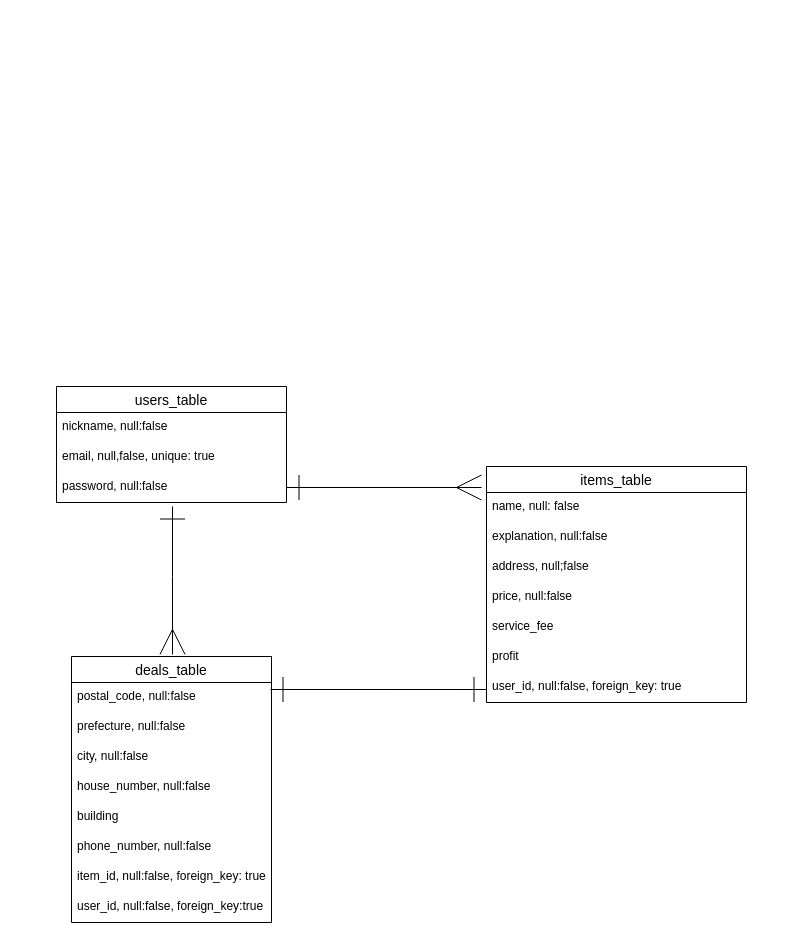
This is database_config.dio from Shinichi-Sonoda/furima-37901, a draw.io file, before an edit. Source tidied: cells renumbered, new cells numbered last; positions are measured from the earlier drawing's top-left corner, leaving out a move shared by most shapes. Both pictures are drawn from the tidied source at 100%, with x=0, y=0 at pixel (56, 386).
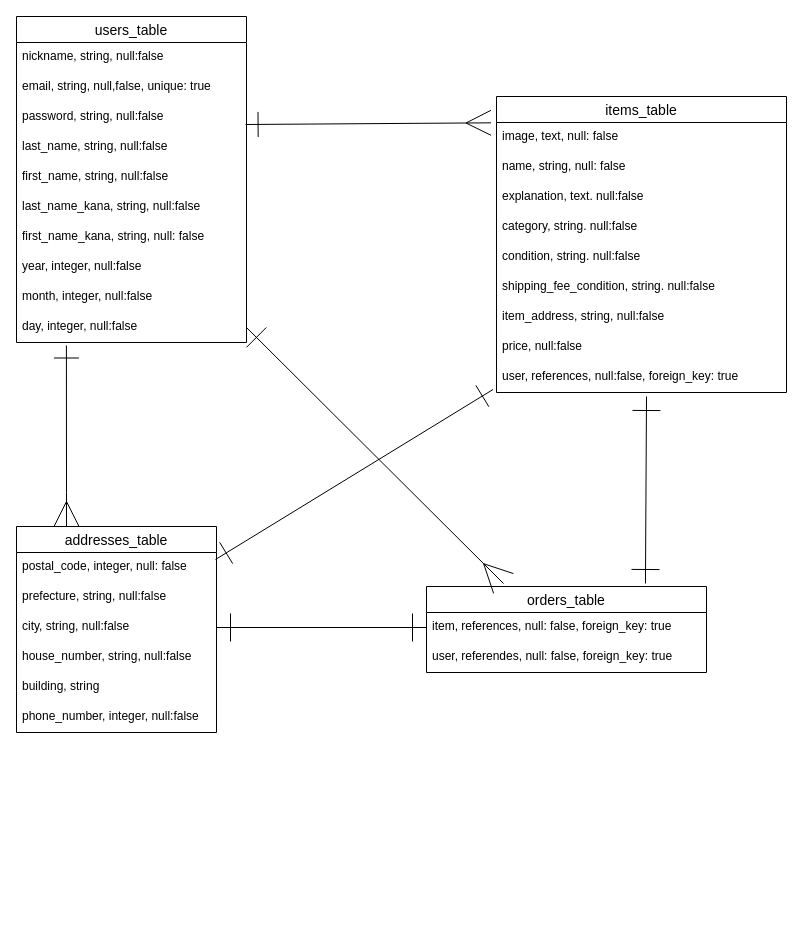
The same page after the edit.

Commit message (it also covers changes not shown here):
データベース設計修正

What changed in the source:
```diff
@@
     <mxCell id="2" value="users_table" style="swimlane;fontStyle=0;horizontal=1;startSize=26;align=center;fontSize=14;labelBackgroundColor=default;" parent="1" vertex="1">
-      <mxGeometry width="230" height="116" as="geometry" />
+      <mxGeometry x="-40" y="-370" width="230" height="326" as="geometry" />
     </mxCell>
-    <mxCell id="3" value="nickname, null:false" style="text;strokeColor=none;fillColor=none;spacingLeft=4;spacingRight=4;overflow=hidden;fontSize=12;" parent="2" vertex="1">
+    <mxCell id="3" value="nickname, string, null:false" style="text;strokeColor=none;fillColor=none;spacingLeft=4;spacingRight=4;overflow=hidden;fontSize=12;" parent="2" vertex="1">
       <mxGeometry y="26" width="230" height="30" as="geometry" />
     </mxCell>
-    <mxCell id="4" value="email, null,false, unique: true" style="text;strokeColor=none;fillColor=none;spacingLeft=4;spacingRight=4;overflow=hidden;fontSize=12;" parent="2" vertex="1">
+    <mxCell id="4" value="email, string, null,false, unique: true" style="text;strokeColor=none;fillColor=none;spacingLeft=4;spacingRight=4;overflow=hidden;fontSize=12;" parent="2" vertex="1">
       <mxGeometry y="56" width="230" height="30" as="geometry" />
     </mxCell>
-    <mxCell id="5" value="password, null:false" style="text;strokeColor=none;fillColor=none;spacingLeft=4;spacingRight=4;overflow=hidden;points=[[0,0.5],[1,0.5]];portConstraint=eastwest;fontSize=12;" parent="2" vertex="1">
+    <mxCell id="5" value="password, string, null:false" style="text;strokeColor=none;fillColor=none;spacingLeft=4;spacingRight=4;overflow=hidden;points=[[0,0.5],[1,0.5]];portConstraint=eastwest;fontSize=12;" parent="2" vertex="1">
       <mxGeometry y="86" width="230" height="30" as="geometry" />
     </mxCell>
+    <mxCell id="26" value="last_name, string, null:false" style="text;strokeColor=none;fillColor=none;spacingLeft=4;spacingRight=4;overflow=hidden;fontSize=12;" parent="2" vertex="1">
+      <mxGeometry y="116" width="230" height="30" as="geometry" />
+    </mxCell>
+    <mxCell id="27" value="first_name, string, null:false" style="text;strokeColor=none;fillColor=none;spacingLeft=4;spacingRight=4;overflow=hidden;fontSize=12;" parent="2" vertex="1">
+      <mxGeometry y="146" width="230" height="30" as="geometry" />
+    </mxCell>
+    <mxCell id="28" value="last_name_kana, string, null:false" style="text;strokeColor=none;fillColor=none;spacingLeft=4;spacingRight=4;overflow=hidden;fontSize=12;" parent="2" vertex="1">
+      <mxGeometry y="176" width="230" height="30" as="geometry" />
+    </mxCell>
+    <mxCell id="29" value="first_name_kana, string, null: false" style="text;strokeColor=none;fillColor=none;spacingLeft=4;spacingRight=4;overflow=hidden;fontSize=12;" parent="2" vertex="1">
+      <mxGeometry y="206" width="230" height="30" as="geometry" />
+    </mxCell>
+    <mxCell id="30" value="year, integer, null:false" style="text;strokeColor=none;fillColor=none;spacingLeft=4;spacingRight=4;overflow=hidden;fontSize=12;" parent="2" vertex="1">
+      <mxGeometry y="236" width="230" height="30" as="geometry" />
+    </mxCell>
+    <mxCell id="31" value="month, integer, null:false" style="text;strokeColor=none;fillColor=none;spacingLeft=4;spacingRight=4;overflow=hidden;fontSize=12;" parent="2" vertex="1">
+      <mxGeometry y="266" width="230" height="30" as="geometry" />
+    </mxCell>
+    <mxCell id="32" value="day, integer, null:false" style="text;strokeColor=none;fillColor=none;spacingLeft=4;spacingRight=4;overflow=hidden;points=[[0,0.5],[1,0.5]];portConstraint=eastwest;fontSize=12;" parent="2" vertex="1">
+      <mxGeometry y="296" width="230" height="30" as="geometry" />
+    </mxCell>
     <mxCell id="6" value="items_table" style="swimlane;fontStyle=0;horizontal=1;startSize=26;align=center;fontSize=14;labelBackgroundColor=default;" parent="1" vertex="1">
-      <mxGeometry x="430" y="80" width="260" height="236" as="geometry" />
+      <mxGeometry x="440" y="-290" width="290" height="296" as="geometry" />
     </mxCell>
+    <mxCell id="33" value="image, text, null: false" style="text;strokeColor=none;fillColor=none;spacingLeft=4;spacingRight=4;overflow=hidden;fontSize=12;labelBackgroundColor=default;" parent="6" vertex="1">
+      <mxGeometry y="26" width="290" height="30" as="geometry" />
+    </mxCell>
-    <mxCell id="7" value="name, null: false" style="text;strokeColor=none;fillColor=none;spacingLeft=4;spacingRight=4;overflow=hidden;fontSize=12;labelBackgroundColor=default;" parent="6" vertex="1">
-      <mxGeometry y="26" width="260" height="30" as="geometry" />
+    <mxCell id="7" value="name, string, null: false" style="text;strokeColor=none;fillColor=none;spacingLeft=4;spacingRight=4;overflow=hidden;fontSize=12;labelBackgroundColor=default;" parent="6" vertex="1">
+      <mxGeometry y="56" width="290" height="30" as="geometry" />
     </mxCell>
-    <mxCell id="8" value="explanation, null:false" style="text;strokeColor=none;fillColor=none;spacingLeft=4;spacingRight=4;overflow=hidden;fontSize=12;labelBackgroundColor=default;" parent="6" vertex="1">
-      <mxGeometry y="56" width="260" height="30" as="geometry" />
+    <mxCell id="8" value="explanation, text. null:false" style="text;strokeColor=none;fillColor=none;spacingLeft=4;spacingRight=4;overflow=hidden;fontSize=12;labelBackgroundColor=default;" parent="6" vertex="1">
+      <mxGeometry y="86" width="290" height="30" as="geometry" />
     </mxCell>
+    <mxCell id="34" value="category, string. null:false" style="text;strokeColor=none;fillColor=none;spacingLeft=4;spacingRight=4;overflow=hidden;fontSize=12;labelBackgroundColor=default;" parent="6" vertex="1">
+      <mxGeometry y="116" width="290" height="30" as="geometry" />
+    </mxCell>
+    <mxCell id="35" value="condition, string. null:false" style="text;strokeColor=none;fillColor=none;spacingLeft=4;spacingRight=4;overflow=hidden;fontSize=12;labelBackgroundColor=default;" parent="6" vertex="1">
+      <mxGeometry y="146" width="290" height="30" as="geometry" />
+    </mxCell>
+    <mxCell id="36" value="shipping_fee_condition, string. null:false" style="text;strokeColor=none;fillColor=none;spacingLeft=4;spacingRight=4;overflow=hidden;fontSize=12;labelBackgroundColor=default;" parent="6" vertex="1">
+      <mxGeometry y="176" width="290" height="30" as="geometry" />
+    </mxCell>
-    <mxCell id="9" value="address, null;false" style="text;strokeColor=none;fillColor=none;spacingLeft=4;spacingRight=4;overflow=hidden;fontSize=12;labelBackgroundColor=default;" parent="6" vertex="1">
-      <mxGeometry y="86" width="260" height="30" as="geometry" />
+    <mxCell id="9" value="item_address, string, null:false" style="text;strokeColor=none;fillColor=none;spacingLeft=4;spacingRight=4;overflow=hidden;fontSize=12;labelBackgroundColor=default;" parent="6" vertex="1">
+      <mxGeometry y="206" width="290" height="30" as="geometry" />
     </mxCell>
     <mxCell id="10" value="price, null:false" style="text;strokeColor=none;fillColor=none;spacingLeft=4;spacingRight=4;overflow=hidden;fontSize=12;labelBackgroundColor=default;" parent="6" vertex="1">
-      <mxGeometry y="116" width="260" height="30" as="geometry" />
+      <mxGeometry y="236" width="290" height="30" as="geometry" />
     </mxCell>
-    <mxCell id="11" value="service_fee" style="text;strokeColor=none;fillColor=none;spacingLeft=4;spacingRight=4;overflow=hidden;fontSize=12;labelBackgroundColor=default;" parent="6" vertex="1">
-      <mxGeometry y="146" width="260" height="30" as="geometry" />
-    </mxCell>
-    <mxCell id="12" value="profit" style="text;strokeColor=none;fillColor=none;spacingLeft=4;spacingRight=4;overflow=hidden;fontSize=12;labelBackgroundColor=default;" parent="6" vertex="1">
-      <mxGeometry y="176" width="260" height="30" as="geometry" />
-    </mxCell>
-    <mxCell id="13" value="user_id, null:false, foreign_key: true" style="text;strokeColor=none;fillColor=none;spacingLeft=4;spacingRight=4;overflow=hidden;points=[[0,0.5],[1,0.5]];portConstraint=eastwest;fontSize=12;labelBackgroundColor=default;" parent="6" vertex="1">
-      <mxGeometry y="206" width="260" height="30" as="geometry" />
+    <mxCell id="13" value="user, references, null:false, foreign_key: true" style="text;strokeColor=none;fillColor=none;spacingLeft=4;spacingRight=4;overflow=hidden;points=[[0,0.5],[1,0.5]];portConstraint=eastwest;fontSize=12;labelBackgroundColor=default;" parent="6" vertex="1">
+      <mxGeometry y="266" width="290" height="30" as="geometry" />
     </mxCell>
-    <mxCell id="14" value="deals_table" style="swimlane;fontStyle=0;horizontal=1;startSize=26;align=center;fontSize=14;" parent="1" vertex="1">
-      <mxGeometry x="15" y="270" width="200" height="266" as="geometry" />
+    <mxCell id="14" value="addresses_table" style="swimlane;fontStyle=0;horizontal=1;startSize=26;align=center;fontSize=14;" parent="1" vertex="1">
+      <mxGeometry x="-40" y="140" width="200" height="206" as="geometry" />
     </mxCell>
-    <mxCell id="15" value="postal_code, null:false" style="text;strokeColor=none;fillColor=none;spacingLeft=4;spacingRight=4;overflow=hidden;points=[[0,0.5],[1,0.5]];portConstraint=eastwest;fontSize=12;" parent="14" vertex="1">
+    <mxCell id="15" value="postal_code, integer, null: false" style="text;strokeColor=none;fillColor=none;spacingLeft=4;spacingRight=4;overflow=hidden;points=[[0,0.5],[1,0.5]];portConstraint=eastwest;fontSize=12;" parent="14" vertex="1">
       <mxGeometry y="26" width="200" height="30" as="geometry" />
     </mxCell>
-    <mxCell id="16" value="prefecture, null:false" style="text;strokeColor=none;fillColor=none;spacingLeft=4;spacingRight=4;overflow=hidden;fontSize=12;" parent="14" vertex="1">
+    <mxCell id="16" value="prefecture, string, null:false" style="text;strokeColor=none;fillColor=none;spacingLeft=4;spacingRight=4;overflow=hidden;fontSize=12;" parent="14" vertex="1">
       <mxGeometry y="56" width="200" height="30" as="geometry" />
     </mxCell>
-    <mxCell id="17" value="city, null:false" style="text;strokeColor=none;fillColor=none;spacingLeft=4;spacingRight=4;overflow=hidden;points=[[0,0.5],[1,0.5]];portConstraint=eastwest;fontSize=12;" parent="14" vertex="1">
+    <mxCell id="17" value="city, string, null:false" style="text;strokeColor=none;fillColor=none;spacingLeft=4;spacingRight=4;overflow=hidden;points=[[0,0.5],[1,0.5]];portConstraint=eastwest;fontSize=12;" parent="14" vertex="1">
       <mxGeometry y="86" width="200" height="30" as="geometry" />
     </mxCell>
-    <mxCell id="18" value="house_number, null:false" style="text;strokeColor=none;fillColor=none;spacingLeft=4;spacingRight=4;overflow=hidden;fontSize=12;" parent="14" vertex="1">
+    <mxCell id="18" value="house_number, string, null:false" style="text;strokeColor=none;fillColor=none;spacingLeft=4;spacingRight=4;overflow=hidden;fontSize=12;" parent="14" vertex="1">
       <mxGeometry y="116" width="200" height="30" as="geometry" />
     </mxCell>
-    <mxCell id="19" value="building" style="text;strokeColor=none;fillColor=none;spacingLeft=4;spacingRight=4;overflow=hidden;fontSize=12;" parent="14" vertex="1">
+    <mxCell id="19" value="building, string" style="text;strokeColor=none;fillColor=none;spacingLeft=4;spacingRight=4;overflow=hidden;fontSize=12;" parent="14" vertex="1">
       <mxGeometry y="146" width="200" height="30" as="geometry" />
     </mxCell>
-    <mxCell id="20" value="phone_number, null:false" style="text;strokeColor=none;fillColor=none;spacingLeft=4;spacingRight=4;overflow=hidden;fontSize=12;" parent="14" vertex="1">
+    <mxCell id="20" value="phone_number, integer, null:false" style="text;strokeColor=none;fillColor=none;spacingLeft=4;spacingRight=4;overflow=hidden;fontSize=12;" parent="14" vertex="1">
       <mxGeometry y="176" width="200" height="30" as="geometry" />
     </mxCell>
-    <mxCell id="21" value="item_id, null:false, foreign_key: true" style="text;strokeColor=none;fillColor=none;spacingLeft=4;spacingRight=4;overflow=hidden;fontSize=12;" parent="14" vertex="1">
-      <mxGeometry y="206" width="200" height="30" as="geometry" />
-    </mxCell>
-    <mxCell id="22" value="user_id, null:false, foreign_key:true" style="text;strokeColor=none;fillColor=none;spacingLeft=4;spacingRight=4;overflow=hidden;fontSize=12;" parent="14" vertex="1">
-      <mxGeometry y="236" width="200" height="30" as="geometry" />
-    </mxCell>
-    <mxCell id="23" style="edgeStyle=none;html=1;exitX=1;exitY=0.5;exitDx=0;exitDy=0;entryX=-0.019;entryY=0.089;entryDx=0;entryDy=0;entryPerimeter=0;fontSize=20;endSize=23;rounded=0;endArrow=ERmany;endFill=0;startArrow=ERone;startFill=0;strokeWidth=1;startSize=23;" parent="1" edge="1" source="5" target="6">
+    <mxCell id="23" style="edgeStyle=none;html=1;entryX=-0.019;entryY=0.089;entryDx=0;entryDy=0;entryPerimeter=0;fontSize=20;endSize=23;rounded=0;endArrow=ERmany;endFill=0;startArrow=ERone;startFill=0;strokeWidth=1;startSize=23;exitX=0.996;exitY=0.733;exitDx=0;exitDy=0;exitPerimeter=0;" parent="1" edge="1" source="5" target="6">
       <mxGeometry relative="1" as="geometry" />
     </mxCell>
-    <mxCell id="24" style="edgeStyle=none;rounded=0;html=1;exitX=0;exitY=0.5;exitDx=0;exitDy=0;fontSize=20;startArrow=ERone;startFill=0;endArrow=ERone;endFill=0;endSize=23;entryX=0.995;entryY=0.233;entryDx=0;entryDy=0;entryPerimeter=0;startSize=23;" parent="1" edge="1" target="15">
-      <mxGeometry relative="1" as="geometry">
-        <mxPoint x="430" y="303" as="sourcePoint" />
-      </mxGeometry>
+    <mxCell id="24" style="edgeStyle=none;rounded=0;html=1;exitX=-0.012;exitY=0.9;exitDx=0;exitDy=0;fontSize=20;startArrow=ERone;startFill=0;endArrow=ERone;endFill=0;endSize=23;entryX=0.995;entryY=0.233;entryDx=0;entryDy=0;entryPerimeter=0;startSize=23;exitPerimeter=0;" parent="1" edge="1" source="13" target="15">
+      <mxGeometry relative="1" as="geometry" />
     </mxCell>
-    <mxCell id="25" style="edgeStyle=none;rounded=0;html=1;entryX=0.09;entryY=-0.008;entryDx=0;entryDy=0;entryPerimeter=0;fontSize=20;startArrow=ERone;startFill=0;endArrow=ERmany;endFill=0;startSize=23;endSize=23;strokeWidth=1;" parent="1" edge="1">
+    <mxCell id="25" style="edgeStyle=none;rounded=0;html=1;entryX=0.25;entryY=0;entryDx=0;entryDy=0;fontSize=20;startArrow=ERone;startFill=0;endArrow=ERmany;endFill=0;startSize=23;endSize=23;strokeWidth=1;exitX=0.217;exitY=1.1;exitDx=0;exitDy=0;exitPerimeter=0;" parent="1" edge="1" source="32" target="14">
       <mxGeometry relative="1" as="geometry">
-        <mxPoint x="116" y="120" as="sourcePoint" />
-        <mxPoint x="116" y="267.9" as="targetPoint" />
         <Array as="points">
-          <mxPoint x="116" y="190" />
+          <mxPoint x="10" y="106" />
         </Array>
       </mxGeometry>
     </mxCell>
+    <mxCell id="37" value="orders_table" style="swimlane;fontStyle=0;horizontal=1;startSize=26;align=center;fontSize=14;" parent="1" vertex="1">
+      <mxGeometry x="370" y="200" width="280" height="86" as="geometry" />
+    </mxCell>
+    <mxCell id="38" value="item, references, null: false, foreign_key: true&#10;" style="text;strokeColor=none;fillColor=none;spacingLeft=4;spacingRight=4;overflow=hidden;points=[[0,0.5],[1,0.5]];portConstraint=eastwest;fontSize=12;" parent="37" vertex="1">
+      <mxGeometry y="26" width="280" height="30" as="geometry" />
+    </mxCell>
+    <mxCell id="39" value="user, referendes, null: false, foreign_key: true" style="text;strokeColor=none;fillColor=none;spacingLeft=4;spacingRight=4;overflow=hidden;fontSize=12;" parent="37" vertex="1">
+      <mxGeometry y="56" width="280" height="30" as="geometry" />
+    </mxCell>
+    <mxCell id="40" style="edgeStyle=none;html=1;exitX=1;exitY=0.5;exitDx=0;exitDy=0;entryX=0.275;entryY=-0.035;entryDx=0;entryDy=0;entryPerimeter=0;endArrow=ERmany;endFill=0;endSize=26;startArrow=ERone;startFill=0;startSize=26;" parent="1" edge="1" source="32" target="37">
+      <mxGeometry relative="1" as="geometry" />
+    </mxCell>
+    <mxCell id="41" style="edgeStyle=none;html=1;startArrow=ERone;startFill=0;endArrow=ERone;endFill=0;endSize=26;strokeWidth=1;entryX=0.782;entryY=-0.035;entryDx=0;entryDy=0;entryPerimeter=0;startSize=26;" parent="1" edge="1" target="37">
+      <mxGeometry relative="1" as="geometry">
+        <mxPoint x="590" y="10" as="sourcePoint" />
+      </mxGeometry>
+    </mxCell>
+    <mxCell id="42" style="edgeStyle=none;html=1;exitX=1;exitY=0.5;exitDx=0;exitDy=0;entryX=0;entryY=0.5;entryDx=0;entryDy=0;startArrow=ERone;startFill=0;endArrow=ERone;endFill=0;startSize=26;endSize=26;strokeWidth=1;" parent="1" edge="1" source="17" target="38">
+      <mxGeometry relative="1" as="geometry" />
+    </mxCell>
```
